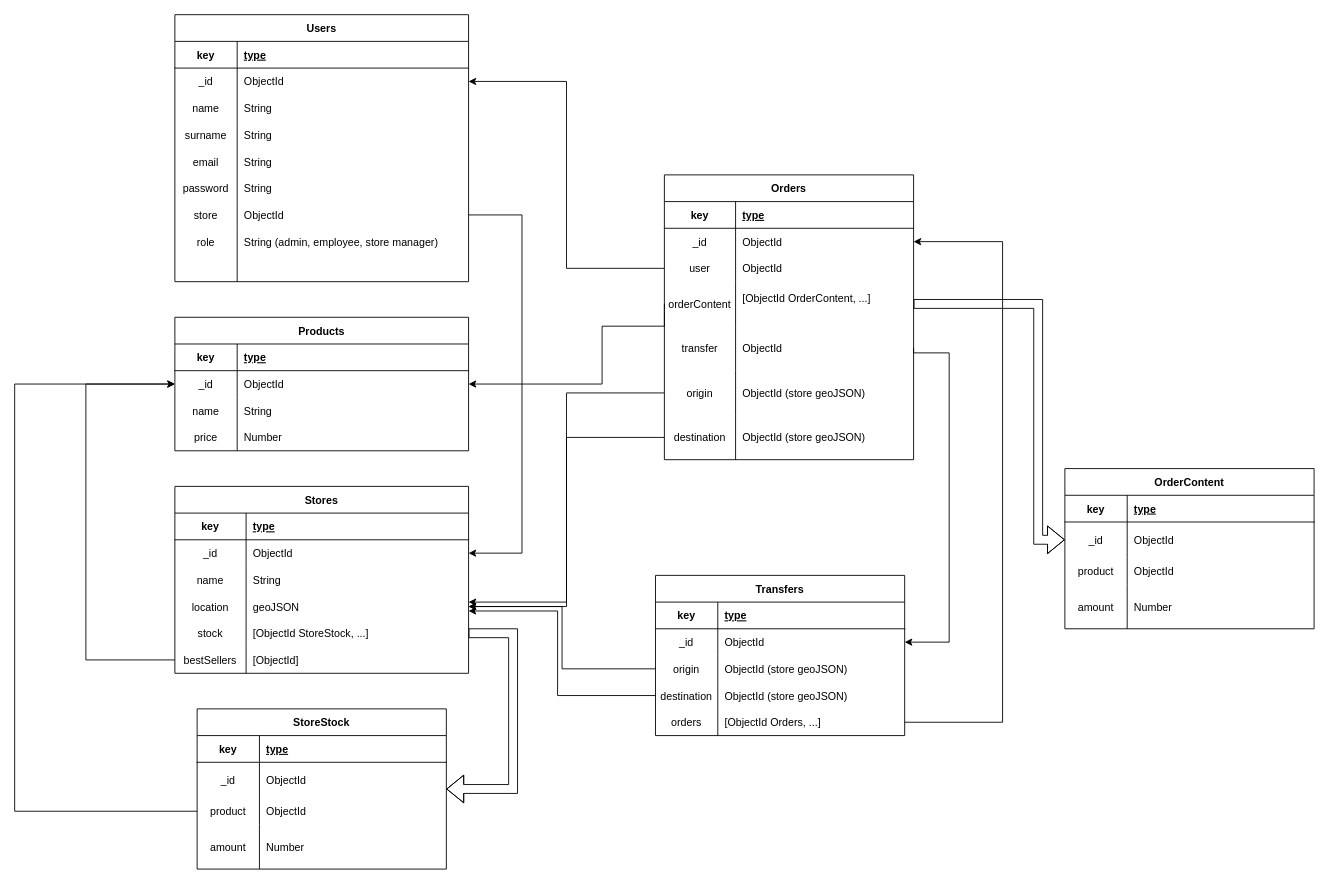
jesusht87/omniSell-API keeps this draw.io diagram as omniSell Diagram.drawio. Above is the earlier version. Source tidied: cells renumbered, new cells numbered last; positions are measured from the earlier drawing's top-left corner, leaving out a move shared by most shapes. Both pictures are drawn from the tidied source at 89%, with x=0, y=0 at pixel (14, 14).
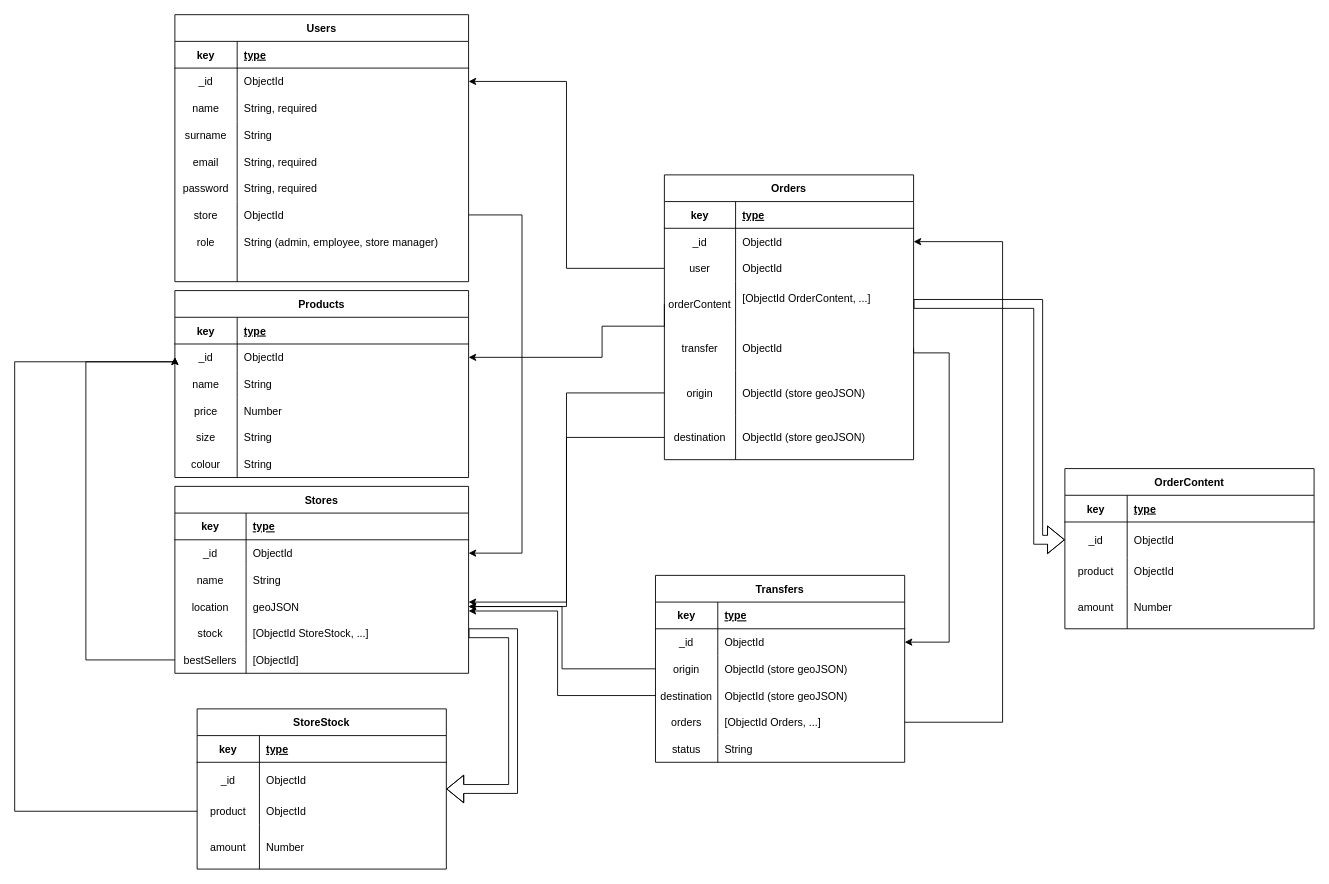
The same page after the edit.

The change refers to these unchanged cells:
```xml
<mxCell id="6" style="shape=tableRow;horizontal=0;startSize=0;swimlaneHead=0;swimlaneBody=0;fillColor=none;points=[[0,0.5],[1,0.5]];portConstraint=eastwest;top=0;left=0;right=0;bottom=0;" parent="2" vertex="1">
  <mxGeometry y="60" width="330" height="30" as="geometry" />
</mxCell>
<mxCell id="31" style="shape=tableRow;horizontal=0;startSize=0;swimlaneHead=0;swimlaneBody=0;fillColor=none;points=[[0,0.5],[1,0.5]];portConstraint=eastwest;top=0;left=0;right=0;bottom=0;" parent="15" vertex="1">
  <mxGeometry y="180" width="330" height="30" as="geometry" />
</mxCell>
<mxCell id="41" style="shape=tableRow;horizontal=0;startSize=0;swimlaneHead=0;swimlaneBody=0;fillColor=none;top=0;left=0;right=0;bottom=0;" parent="34" vertex="1">
  <mxGeometry y="90" width="330" height="30" as="geometry" />
</mxCell>
<mxCell id="47" style="shape=tableRow;horizontal=0;startSize=0;swimlaneHead=0;swimlaneBody=0;fillColor=none;top=0;left=0;right=0;bottom=0;" parent="34" vertex="1">
  <mxGeometry y="150" width="330" height="30" as="geometry" />
</mxCell>
<mxCell id="50" style="shape=tableRow;horizontal=0;startSize=0;swimlaneHead=0;swimlaneBody=0;fillColor=none;top=0;left=0;right=0;bottom=0;" parent="34" vertex="1">
  <mxGeometry y="180" width="330" height="30" as="geometry" />
</mxCell>
<mxCell id="66" style="shape=tableRow;horizontal=0;startSize=0;swimlaneHead=0;swimlaneBody=0;fillColor=none;points=[[0,0.5],[1,0.5]];portConstraint=eastwest;top=0;left=0;right=0;bottom=0;" parent="62" vertex="1">
  <mxGeometry y="60" width="280" height="30" as="geometry" />
</mxCell>
<mxCell id="72" style="shape=tableRow;horizontal=0;startSize=0;swimlaneHead=0;swimlaneBody=0;fillColor=none;points=[[0,0.5],[1,0.5]];portConstraint=eastwest;top=0;left=0;right=0;bottom=0;" parent="62" vertex="1">
  <mxGeometry y="120" width="280" height="50" as="geometry" />
</mxCell>
<mxCell id="120" style="shape=tableRow;horizontal=0;startSize=0;swimlaneHead=0;swimlaneBody=0;fillColor=none;points=[[0,0.5],[1,0.5]];portConstraint=eastwest;top=0;left=0;right=0;bottom=0;" parent="113" vertex="1">
  <mxGeometry y="100" width="280" height="30" as="geometry" />
</mxCell>
```

The edit, as a diff of the source:
```diff
@@
     <mxCell id="2" value="Products" style="shape=table;startSize=30;childLayout=tableLayout;rowLines=0;fontStyle=1;align=center;" parent="1" vertex="1">
-      <mxGeometry x="180" y="340" width="330" height="150" as="geometry" />
+      <mxGeometry x="180" y="310" width="330" height="210" as="geometry" />
     </mxCell>
@@
+    <mxCell id="139" style="shape=tableRow;horizontal=0;startSize=0;swimlaneHead=0;swimlaneBody=0;fillColor=none;top=0;left=0;right=0;bottom=0;" parent="2" vertex="1">
+      <mxGeometry y="120" width="330" height="30" as="geometry" />
+    </mxCell>
+    <mxCell id="140" value="price" style="shape=partialRectangle;fillColor=none;top=0;left=0;bottom=0;right=0;overflow=hidden;" parent="139" vertex="1">
+      <mxGeometry width="70" height="30" as="geometry" />
+    </mxCell>
+    <mxCell id="141" value="Number" style="shape=partialRectangle;fillColor=none;top=0;left=0;bottom=0;right=0;align=left;spacingLeft=6;overflow=hidden;" parent="139" vertex="1">
+      <mxGeometry x="70" width="260" height="30" as="geometry" />
+    </mxCell>
+    <mxCell id="142" style="shape=tableRow;horizontal=0;startSize=0;swimlaneHead=0;swimlaneBody=0;fillColor=none;top=0;left=0;right=0;bottom=0;" parent="2" vertex="1">
+      <mxGeometry y="150" width="330" height="30" as="geometry" />
+    </mxCell>
+    <mxCell id="143" value="size" style="shape=partialRectangle;fillColor=none;top=0;left=0;bottom=0;right=0;overflow=hidden;" parent="142" vertex="1">
+      <mxGeometry width="70" height="30" as="geometry" />
+    </mxCell>
+    <mxCell id="144" value="String" style="shape=partialRectangle;fillColor=none;top=0;left=0;bottom=0;right=0;align=left;spacingLeft=6;overflow=hidden;" parent="142" vertex="1">
+      <mxGeometry x="70" width="260" height="30" as="geometry" />
+    </mxCell>
     <mxCell id="12" style="shape=tableRow;horizontal=0;startSize=0;swimlaneHead=0;swimlaneBody=0;fillColor=none;top=0;left=0;right=0;bottom=0;" parent="2" vertex="1">
-      <mxGeometry y="120" width="330" height="30" as="geometry" />
+      <mxGeometry y="180" width="330" height="30" as="geometry" />
     </mxCell>
-    <mxCell id="13" value="price" style="shape=partialRectangle;fillColor=none;top=0;left=0;bottom=0;right=0;overflow=hidden;" parent="12" vertex="1">
+    <mxCell id="13" value="colour" style="shape=partialRectangle;fillColor=none;top=0;left=0;bottom=0;right=0;overflow=hidden;" parent="12" vertex="1">
       <mxGeometry width="70" height="30" as="geometry" />
     </mxCell>
-    <mxCell id="14" value="Number" style="shape=partialRectangle;fillColor=none;top=0;left=0;bottom=0;right=0;align=left;spacingLeft=6;overflow=hidden;" parent="12" vertex="1">
+    <mxCell id="14" value="String" style="shape=partialRectangle;fillColor=none;top=0;left=0;bottom=0;right=0;align=left;spacingLeft=6;overflow=hidden;" parent="12" vertex="1">
       <mxGeometry x="70" width="260" height="30" as="geometry" />
     </mxCell>
@@
-    <mxCell id="43" value="String" style="shape=partialRectangle;fillColor=none;top=0;left=0;bottom=0;right=0;align=left;spacingLeft=6;overflow=hidden;" parent="41" vertex="1">
+    <mxCell id="43" value="String, required" style="shape=partialRectangle;fillColor=none;top=0;left=0;bottom=0;right=0;align=left;spacingLeft=6;overflow=hidden;" parent="41" vertex="1">
       <mxGeometry x="70" width="260" height="30" as="geometry" />
     </mxCell>
@@
-    <mxCell id="49" value="String" style="shape=partialRectangle;fillColor=none;top=0;left=0;bottom=0;right=0;align=left;spacingLeft=6;overflow=hidden;" parent="47" vertex="1">
+    <mxCell id="49" value="String, required" style="shape=partialRectangle;fillColor=none;top=0;left=0;bottom=0;right=0;align=left;spacingLeft=6;overflow=hidden;" parent="47" vertex="1">
       <mxGeometry x="70" width="260" height="30" as="geometry" />
     </mxCell>
@@
-    <mxCell id="52" value="String" style="shape=partialRectangle;fillColor=none;top=0;left=0;bottom=0;right=0;align=left;spacingLeft=6;overflow=hidden;" parent="50" vertex="1">
+    <mxCell id="52" value="String, required" style="shape=partialRectangle;fillColor=none;top=0;left=0;bottom=0;right=0;align=left;spacingLeft=6;overflow=hidden;" parent="50" vertex="1">
       <mxGeometry x="70" width="260" height="30" as="geometry" />
     </mxCell>
@@
     <mxCell id="84" value="Transfers" style="shape=table;startSize=30;childLayout=tableLayout;rowLines=0;fontStyle=1;align=center;" parent="1" vertex="1">
-      <mxGeometry x="720" y="630" width="280" height="180" as="geometry" />
+      <mxGeometry x="720" y="630" width="280" height="210" as="geometry" />
     </mxCell>
@@
+    <mxCell id="145" style="shape=tableRow;horizontal=0;startSize=0;swimlaneHead=0;swimlaneBody=0;fillColor=none;points=[[0,0.5],[1,0.5]];portConstraint=eastwest;top=0;left=0;right=0;bottom=0;" parent="84" vertex="1">
+      <mxGeometry y="150" width="280" height="30" as="geometry" />
+    </mxCell>
+    <mxCell id="146" value="orders" style="shape=partialRectangle;fillColor=none;top=0;left=0;bottom=0;right=0;overflow=hidden;" parent="145" vertex="1">
+      <mxGeometry width="70" height="30" as="geometry" />
+    </mxCell>
+    <mxCell id="147" value="[ObjectId Orders, ...]" style="shape=partialRectangle;fillColor=none;top=0;left=0;bottom=0;right=0;align=left;spacingLeft=6;overflow=hidden;" parent="145" vertex="1">
+      <mxGeometry x="70" width="210" height="30" as="geometry" />
+    </mxCell>
     <mxCell id="97" style="shape=tableRow;horizontal=0;startSize=0;swimlaneHead=0;swimlaneBody=0;fillColor=none;points=[[0,0.5],[1,0.5]];portConstraint=eastwest;top=0;left=0;right=0;bottom=0;" parent="84" vertex="1">
-      <mxGeometry y="150" width="280" height="30" as="geometry" />
+      <mxGeometry y="180" width="280" height="30" as="geometry" />
     </mxCell>
-    <mxCell id="98" value="orders" style="shape=partialRectangle;fillColor=none;top=0;left=0;bottom=0;right=0;overflow=hidden;" parent="97" vertex="1">
+    <mxCell id="98" value="status" style="shape=partialRectangle;fillColor=none;top=0;left=0;bottom=0;right=0;overflow=hidden;" parent="97" vertex="1">
       <mxGeometry width="70" height="30" as="geometry" />
     </mxCell>
-    <mxCell id="99" value="[ObjectId Orders, ...]" style="shape=partialRectangle;fillColor=none;top=0;left=0;bottom=0;right=0;align=left;spacingLeft=6;overflow=hidden;" parent="97" vertex="1">
+    <mxCell id="99" value="String" style="shape=partialRectangle;fillColor=none;top=0;left=0;bottom=0;right=0;align=left;spacingLeft=6;overflow=hidden;" parent="97" vertex="1">
       <mxGeometry x="70" width="210" height="30" as="geometry" />
     </mxCell>
@@
     <mxCell id="126" style="edgeStyle=orthogonalEdgeStyle;rounded=0;jettySize=auto;html=1;entryX=0;entryY=0.5;entryDx=0;entryDy=0;" parent="1" edge="1" source="31" target="6">
       <mxGeometry relative="1" as="geometry">
         <Array as="points">
           <mxPoint x="80" y="725" />
-          <mxPoint x="80" y="415" />
+          <mxPoint x="80" y="390" />
+          <mxPoint x="180" y="390" />
         </Array>
       </mxGeometry>
     </mxCell>
@@
     <mxCell id="128" style="edgeStyle=orthogonalEdgeStyle;rounded=0;jettySize=auto;html=1;entryX=0;entryY=0.5;entryDx=0;entryDy=0;" parent="1" edge="1" source="120" target="6">
       <mxGeometry relative="1" as="geometry">
         <Array as="points">
           <mxPoint y="895" />
-          <mxPoint y="415" />
+          <mxPoint y="390" />
+          <mxPoint x="180" y="390" />
         </Array>
       </mxGeometry>
     </mxCell>
@@
     <mxCell id="131" style="edgeStyle=orthogonalEdgeStyle;rounded=0;jettySize=auto;html=1;entryX=1;entryY=0.5;entryDx=0;entryDy=0;exitX=0;exitY=0.5;exitDx=0;exitDy=0;" parent="1" edge="1" source="72" target="6">
       <mxGeometry relative="1" as="geometry">
         <Array as="points">
+          <mxPoint x="730" y="350" />
           <mxPoint x="660" y="350" />
-          <mxPoint x="660" y="415" />
+          <mxPoint x="660" y="385" />
         </Array>
       </mxGeometry>
     </mxCell>
-    <mxCell id="132" style="edgeStyle=orthogonalEdgeStyle;rounded=0;jettySize=auto;html=1;entryX=1;entryY=0.5;entryDx=0;entryDy=0;" parent="1" edge="1" source="97" target="66">
+    <mxCell id="132" style="edgeStyle=orthogonalEdgeStyle;rounded=0;jettySize=auto;html=1;entryX=1;entryY=0.5;entryDx=0;entryDy=0;exitX=1;exitY=0.5;exitDx=0;exitDy=0;" parent="1" edge="1" source="145" target="66">
       <mxGeometry relative="1" as="geometry">
         <Array as="points">
           <mxPoint x="1110" y="795" />
           <mxPoint x="1110" y="255" />
         </Array>
       </mxGeometry>
     </mxCell>
```
